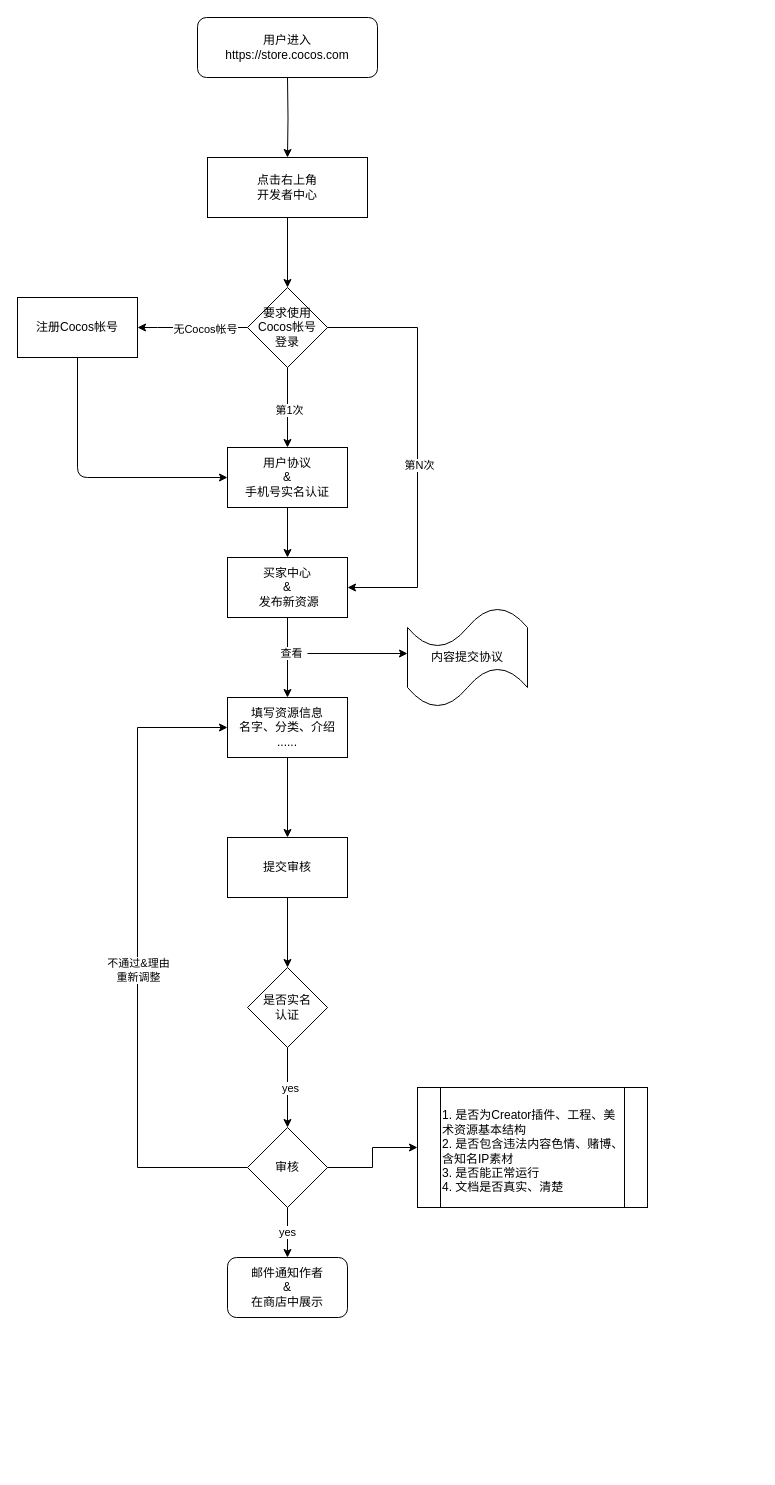
This is 未命名绘图.drawio from ShawnZhang2015/drawio, a draw.io file, before an edit. Source tidied: cells renumbered, new cells numbered last; positions are measured from the earlier drawing's top-left corner, leaving out a move shared by most shapes. Both pictures are drawn from the tidied source at 100%, with x=0, y=0 at pixel (17, 17).
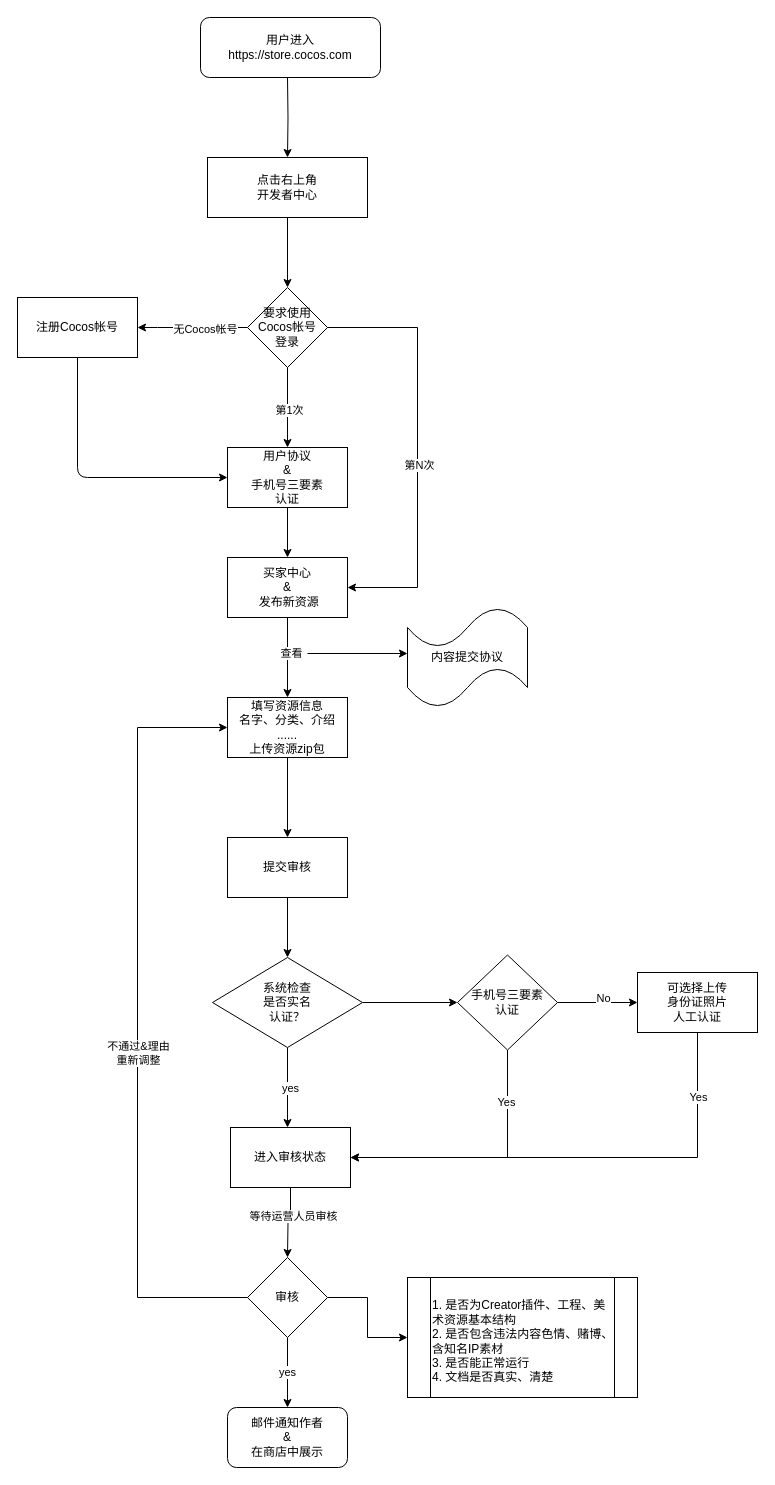
The same page after the edit.

Commit message:
CocosStore用户上架流程.drawio

Diff of the diagram source:
```diff
@@
-    <mxCell id="11" value="用户协议&lt;br&gt;&amp;amp;&lt;br&gt;手机号实名认证" style="rounded=0;whiteSpace=wrap;html=1;" parent="1" vertex="1">
+    <mxCell id="11" value="用户协议&lt;br&gt;&amp;amp;&lt;br&gt;手机号三要素&lt;br&gt;认证" style="rounded=0;whiteSpace=wrap;html=1;" parent="1" vertex="1">
       <mxGeometry x="210" y="430" width="120" height="60" as="geometry" />
     </mxCell>
@@
-    <mxCell id="21" value="填写资源信息&lt;br&gt;名字、分类、介绍&lt;br&gt;......" style="whiteSpace=wrap;html=1;rounded=0;" parent="1" vertex="1">
+    <mxCell id="21" value="填写资源信息&lt;br&gt;名字、分类、介绍&lt;br&gt;......&lt;br&gt;上传资源zip包" style="whiteSpace=wrap;html=1;rounded=0;" parent="1" vertex="1">
       <mxGeometry x="210" y="680" width="120" height="60" as="geometry" />
     </mxCell>
@@
-    <mxCell id="27" style="edgeStyle=orthogonalEdgeStyle;rounded=0;jettySize=auto;html=1;entryX=0;entryY=0.5;entryDx=0;entryDy=0;exitX=0;exitY=0.5;exitDx=0;exitDy=0;" parent="1" edge="1" source="34" target="21">
-      <mxGeometry relative="1" as="geometry">
-        <Array as="points">
-          <mxPoint x="120" y="1150" />
-          <mxPoint x="120" y="710" />
-        </Array>
-      </mxGeometry>
-    </mxCell>
-    <mxCell id="28" value="不通过&amp;amp;理由&lt;br&gt;重新调整" style="edgeLabel;html=1;align=center;verticalAlign=middle;" parent="27" vertex="1">
-      <mxGeometry x="-0.27" y="2" relative="1" as="geometry">
-        <mxPoint x="2" y="-74" as="offset" />
-      </mxGeometry>
-    </mxCell>
+    <mxCell id="37" style="edgeStyle=orthogonalEdgeStyle;rounded=0;jettySize=auto;html=1;" parent="1" edge="1" source="29">
+      <mxGeometry relative="1" as="geometry">
+        <mxPoint x="440" y="985" as="targetPoint" />
+      </mxGeometry>
+    </mxCell>
-    <mxCell id="29" value="是否实名&lt;br&gt;认证" style="rhombus;whiteSpace=wrap;html=1;rounded=0;" parent="1" vertex="1">
-      <mxGeometry x="230" y="950" width="80" height="80" as="geometry" />
+    <mxCell id="29" value="系统检查&lt;br&gt;是否实名&lt;br&gt;认证？" style="rhombus;whiteSpace=wrap;html=1;rounded=0;" parent="1" vertex="1">
+      <mxGeometry x="195" y="940" width="150" height="90" as="geometry" />
     </mxCell>
     <mxCell id="30" value="邮件通知作者&lt;br&gt;&amp;amp;&lt;br&gt;在商店中展示" style="rounded=1;whiteSpace=wrap;html=1;" parent="1" vertex="1">
-      <mxGeometry x="210" y="1240" width="120" height="60" as="geometry" />
+      <mxGeometry x="210" y="1390" width="120" height="60" as="geometry" />
     </mxCell>
@@
     <mxCell id="34" value="审核" style="rhombus;whiteSpace=wrap;html=1;rounded=0;" parent="1" vertex="1">
-      <mxGeometry x="230" y="1110" width="80" height="80" as="geometry" />
+      <mxGeometry x="230" y="1240" width="80" height="80" as="geometry" />
     </mxCell>
     <mxCell id="35" value="&lt;br&gt;1. 是否为Creator插件、工程、美术资源基本结构&lt;br&gt;2. 是否包含违法内容色情、赌博、含知名IP素材&lt;br&gt;3. 是否能正常运行&lt;br&gt;4. 文档是否真实、清楚" style="shape=process;whiteSpace=wrap;html=1;backgroundOutline=1;rounded=0;align=left;horizontal=1;verticalAlign=top;" parent="1" vertex="1">
-      <mxGeometry x="400" y="1070" width="230" height="120" as="geometry" />
+      <mxGeometry x="390" y="1260" width="230" height="120" as="geometry" />
     </mxCell>
     <mxCell id="36" value="&lt;span style=&quot;&quot;&gt;用户进入&lt;/span&gt;&lt;br style=&quot;&quot;&gt;&lt;span style=&quot;&quot;&gt;https://store.cocos.com&lt;/span&gt;" style="rounded=1;whiteSpace=wrap;html=1;align=center;" parent="1" vertex="1">
-      <mxGeometry x="180" width="180" height="60" as="geometry" />
+      <mxGeometry x="183" width="180" height="60" as="geometry" />
     </mxCell>
+    <mxCell id="38" style="edgeStyle=orthogonalEdgeStyle;rounded=0;jettySize=auto;html=1;entryX=1;entryY=0.5;entryDx=0;entryDy=0;" parent="1" edge="1" source="42" target="45">
+      <mxGeometry relative="1" as="geometry">
+        <Array as="points">
+          <mxPoint x="490" y="1140" />
+        </Array>
+      </mxGeometry>
+    </mxCell>
+    <mxCell id="39" value="Yes" style="edgeLabel;html=1;align=center;verticalAlign=middle;" parent="38" vertex="1">
+      <mxGeometry x="-0.61" y="-2" relative="1" as="geometry" />
+    </mxCell>
+    <mxCell id="40" style="edgeStyle=orthogonalEdgeStyle;rounded=0;jettySize=auto;html=1;" parent="1" edge="1" source="42">
+      <mxGeometry relative="1" as="geometry">
+        <mxPoint x="620" y="985" as="targetPoint" />
+      </mxGeometry>
+    </mxCell>
+    <mxCell id="41" value="No" style="edgeLabel;html=1;align=center;verticalAlign=middle;" parent="40" vertex="1">
+      <mxGeometry x="0.15" y="5" relative="1" as="geometry" />
+    </mxCell>
+    <mxCell id="42" value="&lt;span&gt;手机号三要素&lt;/span&gt;&lt;br&gt;&lt;span&gt;认证&lt;/span&gt;" style="rhombus;whiteSpace=wrap;html=1;align=center;" parent="1" vertex="1">
+      <mxGeometry x="440" y="937.5" width="100" height="95" as="geometry" />
+    </mxCell>
+    <mxCell id="43" style="edgeStyle=orthogonalEdgeStyle;rounded=0;jettySize=auto;html=1;" parent="1" edge="1" source="45">
+      <mxGeometry relative="1" as="geometry">
+        <mxPoint x="270" y="1240" as="targetPoint" />
+      </mxGeometry>
+    </mxCell>
+    <mxCell id="44" value="等待运营人员审核" style="edgeLabel;html=1;align=center;verticalAlign=middle;" parent="43" vertex="1">
+      <mxGeometry x="-0.22" y="2" relative="1" as="geometry" />
+    </mxCell>
+    <mxCell id="45" value="进入审核状态" style="whiteSpace=wrap;html=1;rounded=0;" parent="1" vertex="1">
+      <mxGeometry x="213" y="1110" width="120" height="60" as="geometry" />
+    </mxCell>
+    <mxCell id="27" style="edgeStyle=orthogonalEdgeStyle;rounded=0;jettySize=auto;html=1;exitX=0;exitY=0.5;exitDx=0;exitDy=0;" parent="1" edge="1" source="34" target="21">
+      <mxGeometry relative="1" as="geometry">
+        <Array as="points">
+          <mxPoint x="120" y="1280" />
+          <mxPoint x="120" y="710" />
+        </Array>
+      </mxGeometry>
+    </mxCell>
+    <mxCell id="28" value="不通过&amp;amp;理由&lt;br&gt;重新调整" style="edgeLabel;html=1;align=center;verticalAlign=middle;" parent="27" vertex="1">
+      <mxGeometry x="-0.27" y="2" relative="1" as="geometry">
+        <mxPoint x="2" y="-74" as="offset" />
+      </mxGeometry>
+    </mxCell>
+    <mxCell id="46" value="可选择上传&lt;br&gt;身份证照片&lt;br&gt;人工认证" style="whiteSpace=wrap;html=1;rounded=0;" parent="1" vertex="1">
+      <mxGeometry x="620" y="955" width="120" height="60" as="geometry" />
+    </mxCell>
+    <mxCell id="47" style="edgeStyle=orthogonalEdgeStyle;rounded=0;jettySize=auto;html=1;exitX=0.5;exitY=1;exitDx=0;exitDy=0;entryX=1;entryY=0.5;entryDx=0;entryDy=0;" parent="1" edge="1" source="46" target="45">
+      <mxGeometry relative="1" as="geometry">
+        <Array as="points">
+          <mxPoint x="680" y="1140" />
+        </Array>
+      </mxGeometry>
+    </mxCell>
+    <mxCell id="48" value="Yes" style="edgeLabel;html=1;align=center;verticalAlign=middle;" parent="47" vertex="1">
+      <mxGeometry x="-0.61" y="-2" relative="1" as="geometry">
+        <mxPoint x="2" y="-27.9" as="offset" />
+      </mxGeometry>
+    </mxCell>
```
